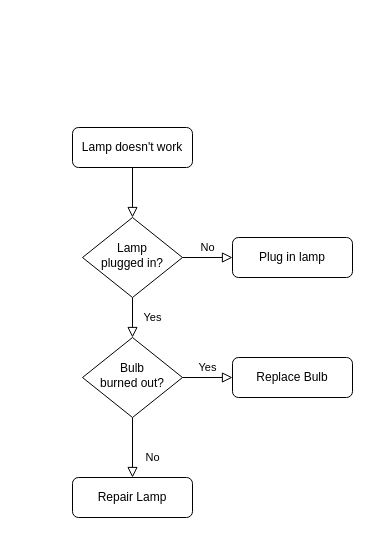
Before: Megnevezetlen diagram.drawio in lecsaaa/lecsaaa, a draw.io diagram. Source tidied: cells renumbered, new cells numbered last; positions are measured from the earlier drawing's top-left corner, leaving out a move shared by most shapes. Both pictures are drawn from the tidied source at 100%, with x=0, y=0 at pixel (72, 127).
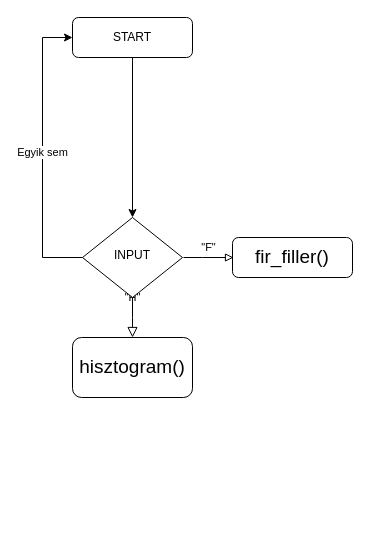
The same diagram, later.

Commit message:
microblaze sw flowchart

What changed in the source:
```diff
@@
 <mxGraphModel>
   <root>
     <mxCell id="0" />
     <mxCell id="1" parent="0" />
-    <mxCell id="2" style="rounded=0;html=1;jettySize=auto;fontSize=11;endArrow=block;endFill=0;endSize=8;strokeWidth=1;shadow=0;labelBackgroundColor=none;edgeStyle=orthogonalEdgeStyle;" parent="1" edge="1" source="3" target="6">
+    <mxCell id="2" style="edgeStyle=orthogonalEdgeStyle;rounded=0;jettySize=auto;html=1;exitX=0.5;exitY=1;exitDx=0;exitDy=0;entryX=0.5;entryY=0;entryDx=0;entryDy=0;" parent="1" edge="1" source="3" target="6">
       <mxGeometry relative="1" as="geometry" />
     </mxCell>
-    <mxCell id="3" value="Lamp doesn't work" style="rounded=1;whiteSpace=wrap;html=1;fontSize=12;glass=0;strokeWidth=1;shadow=0;" parent="1" vertex="1">
-      <mxGeometry width="120" height="40" as="geometry" />
+    <mxCell id="3" value="START" style="rounded=1;whiteSpace=wrap;html=1;fontSize=12;glass=0;strokeWidth=1;shadow=0;" parent="1" vertex="1">
+      <mxGeometry y="-110" width="120" height="40" as="geometry" />
     </mxCell>
-    <mxCell id="4" value="Yes" style="rounded=0;html=1;jettySize=auto;fontSize=11;endArrow=block;endFill=0;endSize=8;strokeWidth=1;shadow=0;labelBackgroundColor=none;edgeStyle=orthogonalEdgeStyle;" parent="1" edge="1" source="6" target="10">
-      <mxGeometry y="20" relative="1" as="geometry" />
+    <mxCell id="4" value="&quot;H&quot;" style="rounded=0;html=1;jettySize=auto;fontSize=11;endArrow=block;endFill=0;endSize=8;strokeWidth=1;shadow=0;labelBackgroundColor=none;edgeStyle=orthogonalEdgeStyle;" parent="1" edge="1" source="6">
+      <mxGeometry y="20" relative="1" as="geometry">
+        <mxPoint x="60" y="210" as="targetPoint" />
+      </mxGeometry>
     </mxCell>
-    <mxCell id="5" value="No" style="edgeStyle=orthogonalEdgeStyle;rounded=0;html=1;jettySize=auto;fontSize=11;endArrow=block;endFill=0;endSize=8;strokeWidth=1;shadow=0;labelBackgroundColor=none;" parent="1" edge="1" source="6" target="7">
-      <mxGeometry y="10" relative="1" as="geometry" />
+    <mxCell id="5" value="&quot;F&quot;" style="edgeStyle=orthogonalEdgeStyle;rounded=0;html=1;jettySize=auto;orthogonalLoop=1;fontSize=11;endArrow=block;endFill=0;strokeWidth=1;shadow=0;labelBackgroundColor=none;" parent="1" edge="1">
+      <mxGeometry y="10" relative="1" as="geometry">
+        <mxPoint x="111" y="130" as="sourcePoint" />
+        <mxPoint x="161" y="130" as="targetPoint" />
+        <Array as="points">
+          <mxPoint x="130" y="130" />
+          <mxPoint x="130" y="130" />
+        </Array>
+      </mxGeometry>
     </mxCell>
+    <mxCell id="13" value="Egyik sem" style="edgeStyle=orthogonalEdgeStyle;jettySize=auto;html=1;entryX=0;entryY=0.5;entryDx=0;entryDy=0;rounded=0;" parent="1" edge="1" source="6" target="3">
+      <mxGeometry relative="1" as="geometry">
+        <Array as="points">
+          <mxPoint x="-30" y="130" />
+          <mxPoint x="-30" y="-90" />
+        </Array>
+      </mxGeometry>
+    </mxCell>
-    <mxCell id="6" value="Lamp&lt;br&gt;plugged in?" style="rhombus;whiteSpace=wrap;html=1;shadow=0;fontFamily=Helvetica;fontSize=12;align=center;strokeWidth=1;spacing=6;spacingTop=-4;" parent="1" vertex="1">
+    <mxCell id="6" value="INPUT" style="rhombus;whiteSpace=wrap;html=1;shadow=0;fontFamily=Helvetica;fontSize=12;align=center;strokeWidth=1;spacing=6;spacingTop=-4;" parent="1" vertex="1">
       <mxGeometry x="10" y="90" width="100" height="80" as="geometry" />
     </mxCell>
-    <mxCell id="7" value="Plug in lamp" style="rounded=1;whiteSpace=wrap;html=1;fontSize=12;glass=0;strokeWidth=1;shadow=0;" parent="1" vertex="1">
+    <mxCell id="7" value="&lt;font style=&quot;font-size: 19px;&quot;&gt;fir_filler()&lt;/font&gt;" style="rounded=1;whiteSpace=wrap;html=1;fontSize=12;glass=0;strokeWidth=1;shadow=0;" parent="1" vertex="1">
       <mxGeometry x="160" y="110" width="120" height="40" as="geometry" />
     </mxCell>
-    <mxCell id="8" value="No" style="rounded=0;html=1;jettySize=auto;fontSize=11;endArrow=block;endFill=0;endSize=8;strokeWidth=1;shadow=0;labelBackgroundColor=none;edgeStyle=orthogonalEdgeStyle;" parent="1" edge="1" source="10" target="11">
-      <mxGeometry x="0.33" y="20" relative="1" as="geometry" />
-    </mxCell>
-    <mxCell id="9" value="Yes" style="edgeStyle=orthogonalEdgeStyle;rounded=0;html=1;jettySize=auto;fontSize=11;endArrow=block;endFill=0;endSize=8;strokeWidth=1;shadow=0;labelBackgroundColor=none;" parent="1" edge="1" source="10" target="12">
-      <mxGeometry y="10" relative="1" as="geometry" />
-    </mxCell>
-    <mxCell id="10" value="Bulb&lt;br&gt;burned out?" style="rhombus;whiteSpace=wrap;html=1;shadow=0;fontFamily=Helvetica;fontSize=12;align=center;strokeWidth=1;spacing=6;spacingTop=-4;" parent="1" vertex="1">
-      <mxGeometry x="10" y="210" width="100" height="80" as="geometry" />
-    </mxCell>
-    <mxCell id="11" value="Repair Lamp" style="rounded=1;whiteSpace=wrap;html=1;fontSize=12;glass=0;strokeWidth=1;shadow=0;" parent="1" vertex="1">
-      <mxGeometry y="350" width="120" height="40" as="geometry" />
-    </mxCell>
-    <mxCell id="12" value="Replace Bulb" style="rounded=1;whiteSpace=wrap;html=1;fontSize=12;glass=0;strokeWidth=1;shadow=0;" parent="1" vertex="1">
-      <mxGeometry x="160" y="230" width="120" height="40" as="geometry" />
-    </mxCell>
+    <mxCell id="14" value="&lt;font style=&quot;font-size: 19px;&quot;&gt;hisztogram()&lt;/font&gt;" style="rounded=1;whiteSpace=wrap;html=1;" parent="1" vertex="1">
+      <mxGeometry y="210" width="120" height="60" as="geometry" />
+    </mxCell>
   </root>
 </mxGraphModel>
```
